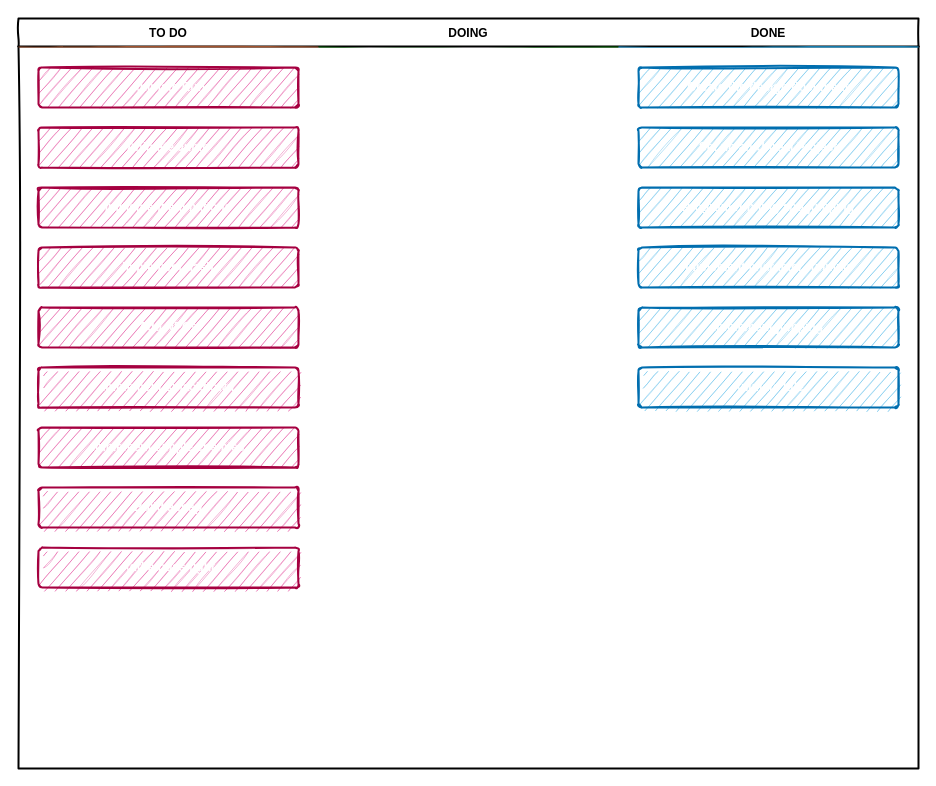
The draw.io diagram Documentation/Kanban Table.drawio in SpatiumOwl/DesAdventure, before the edit. Source tidied: cells renumbered, new cells numbered last; positions are measured from the earlier drawing's top-left corner, leaving out a move shared by most shapes. Both pictures are drawn from the tidied source at 100%, with x=0, y=0 at pixel (18, 18).
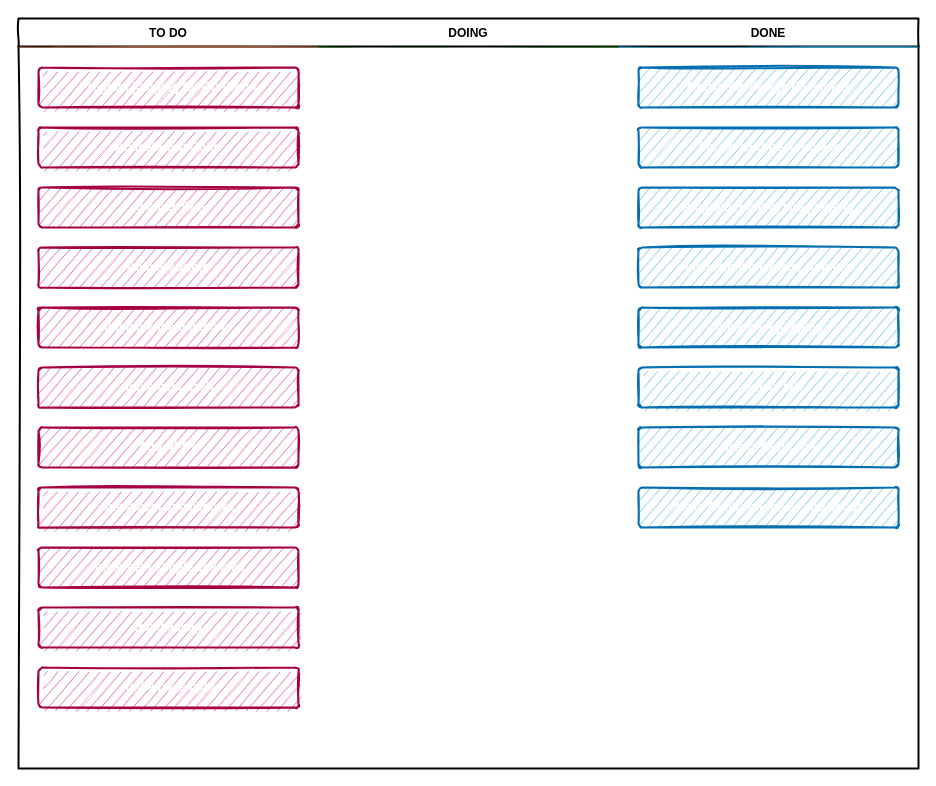
After the change.

The change refers to these unchanged cells:
```xml
<mxCell id="3" value="TO DO" style="swimlane;strokeWidth=2;fontFamily=Permanent Marker;html=0;startSize=1;verticalAlign=bottom;spacingBottom=5;stackBorder=20;sketch=1;strokeColor=none;fillStyle=solid;fillColor=#A0522D;" parent="2" vertex="1">
  <mxGeometry y="28" width="300" height="722" as="geometry" />
</mxCell>
<mxCell id="14" value="DONE" style="swimlane;strokeWidth=2;fontFamily=Permanent Marker;html=0;startSize=1;verticalAlign=bottom;spacingBottom=5;stackBorder=20;sketch=1;strokeColor=none;fillStyle=solid;fillColor=#1BA1E2;" parent="2" vertex="1">
  <mxGeometry x="600" y="28" width="300" height="722" as="geometry" />
</mxCell>
```

Change to the diagram source:
```diff
@@
+    <mxCell id="21" value="Program jumping for GunCoon" style="whiteSpace=wrap;html=1;strokeWidth=2;fillColor=#d80073;fontStyle=1;spacingTop=0;rounded=1;arcSize=9;sketch=1;fontFamily=Permanent Marker;hachureGap=8;fillWeight=1;strokeColor=#A50040;fillOpacity=30;fontColor=#ffffff;" parent="3" vertex="1">
+      <mxGeometry x="20" y="21" width="260" height="40" as="geometry" />
+    </mxCell>
+    <mxCell id="22" value="Animate GunCoon" style="whiteSpace=wrap;html=1;strokeWidth=2;fillColor=#d80073;fontStyle=1;spacingTop=0;rounded=1;arcSize=9;sketch=1;fontFamily=Permanent Marker;hachureGap=8;fillWeight=1;strokeColor=#A50040;shadow=0;fillOpacity=30;strokeOpacity=100;fontColor=#ffffff;" parent="3" vertex="1">
+      <mxGeometry x="20" y="81" width="260" height="40" as="geometry" />
+    </mxCell>
     <mxCell id="4" value="Animate Run" style="whiteSpace=wrap;html=1;strokeWidth=2;fillColor=#d80073;fontStyle=1;spacingTop=0;rounded=1;arcSize=9;sketch=1;fontFamily=Permanent Marker;hachureGap=8;fillWeight=1;strokeColor=#A50040;fillOpacity=30;fontColor=#ffffff;" parent="3" vertex="1">
-      <mxGeometry x="20" y="21" width="260" height="40" as="geometry" />
+      <mxGeometry x="20" y="141" width="260" height="40" as="geometry" />
     </mxCell>
     <mxCell id="5" value="Animate Jump" style="whiteSpace=wrap;html=1;strokeWidth=2;fillColor=#d80073;fontStyle=1;spacingTop=0;rounded=1;arcSize=9;sketch=1;fontFamily=Permanent Marker;hachureGap=8;fillWeight=1;strokeColor=#A50040;fillOpacity=30;fontColor=#ffffff;" parent="3" vertex="1">
-      <mxGeometry x="20" y="81" width="260" height="40" as="geometry" />
+      <mxGeometry x="20" y="201" width="260" height="40" as="geometry" />
     </mxCell>
     <mxCell id="6" value="Implement animations" style="whiteSpace=wrap;html=1;strokeWidth=2;fillColor=#d80073;fontStyle=1;spacingTop=0;rounded=1;arcSize=9;sketch=1;fontFamily=Permanent Marker;hachureGap=8;fillWeight=1;strokeColor=#A50040;shadow=0;fillOpacity=30;strokeOpacity=100;fontColor=#ffffff;" parent="3" vertex="1">
-      <mxGeometry x="20" y="141" width="260" height="40" as="geometry" />
+      <mxGeometry x="20" y="261" width="260" height="40" as="geometry" />
     </mxCell>
     <mxCell id="7" value="Implement dash" style="whiteSpace=wrap;html=1;strokeWidth=2;fillColor=#d80073;fontStyle=1;spacingTop=0;rounded=1;arcSize=9;sketch=1;fontFamily=Permanent Marker;hachureGap=8;fillWeight=1;strokeColor=#A50040;shadow=0;fillOpacity=30;strokeOpacity=100;fontColor=#ffffff;" parent="3" vertex="1">
-      <mxGeometry x="20" y="201" width="260" height="40" as="geometry" />
+      <mxGeometry x="20" y="321" width="260" height="40" as="geometry" />
     </mxCell>
     <mxCell id="8" value="Add NPCs" style="whiteSpace=wrap;html=1;strokeWidth=2;fillColor=#d80073;fontStyle=1;spacingTop=0;rounded=1;arcSize=9;sketch=1;fontFamily=Permanent Marker;hachureGap=8;fillWeight=1;strokeColor=#A50040;shadow=0;fillOpacity=30;strokeOpacity=100;fontColor=#ffffff;" parent="3" vertex="1">
-      <mxGeometry x="20" y="261" width="260" height="40" as="geometry" />
+      <mxGeometry x="20" y="381" width="260" height="40" as="geometry" />
     </mxCell>
     <mxCell id="9" value="Implement smackdown" style="whiteSpace=wrap;html=1;strokeWidth=2;fillColor=#d80073;fontStyle=1;spacingTop=0;rounded=1;arcSize=9;sketch=1;fontFamily=Permanent Marker;hachureGap=8;fillWeight=1;strokeColor=#A50040;shadow=0;fillOpacity=30;strokeOpacity=100;fontColor=#ffffff;" parent="3" vertex="1">
-      <mxGeometry x="20" y="321" width="260" height="40" as="geometry" />
+      <mxGeometry x="20" y="441" width="260" height="40" as="geometry" />
     </mxCell>
     <mxCell id="10" value="Implement simple enemies" style="whiteSpace=wrap;html=1;strokeWidth=2;fillColor=#d80073;fontStyle=1;spacingTop=0;rounded=1;arcSize=9;sketch=1;fontFamily=Permanent Marker;hachureGap=8;fillWeight=1;strokeColor=#A50040;shadow=0;fillOpacity=30;strokeOpacity=100;fontColor=#ffffff;" parent="3" vertex="1">
-      <mxGeometry x="20" y="381" width="260" height="40" as="geometry" />
+      <mxGeometry x="20" y="501" width="260" height="40" as="geometry" />
     </mxCell>
     <mxCell id="11" value="Build a map" style="whiteSpace=wrap;html=1;strokeWidth=2;fillColor=#d80073;fontStyle=1;spacingTop=0;rounded=1;arcSize=9;sketch=1;fontFamily=Permanent Marker;hachureGap=8;fillWeight=1;strokeColor=#A50040;shadow=0;fillOpacity=30;strokeOpacity=100;fontColor=#ffffff;" parent="3" vertex="1">
-      <mxGeometry x="20" y="441" width="260" height="40" as="geometry" />
+      <mxGeometry x="20" y="561" width="260" height="40" as="geometry" />
     </mxCell>
     <mxCell id="12" value="Add a boss fight" style="whiteSpace=wrap;html=1;strokeWidth=2;fillColor=#d80073;fontStyle=1;spacingTop=0;rounded=1;arcSize=9;sketch=1;fontFamily=Permanent Marker;hachureGap=8;fillWeight=1;strokeColor=#A50040;shadow=0;fillOpacity=30;strokeOpacity=100;fontColor=#ffffff;" parent="3" vertex="1">
-      <mxGeometry x="20" y="501" width="260" height="40" as="geometry" />
+      <mxGeometry x="20" y="621" width="260" height="40" as="geometry" />
     </mxCell>
@@
+    <mxCell id="23" value="Create GunCoon" style="whiteSpace=wrap;html=1;strokeWidth=2;fillColor=#1ba1e2;fontStyle=1;spacingTop=0;rounded=1;arcSize=9;sketch=1;fontFamily=Permanent Marker;hachureGap=8;fillWeight=1;strokeColor=#006EAF;fillOpacity=30;fontColor=#ffffff;" parent="14" vertex="1">
+      <mxGeometry x="20" y="381" width="260" height="40" as="geometry" />
+    </mxCell>
+    <mxCell id="24" value="Make GunCoon follow and shoot" style="whiteSpace=wrap;html=1;strokeWidth=2;fillColor=#1ba1e2;fontStyle=1;spacingTop=0;rounded=1;arcSize=9;sketch=1;fontFamily=Permanent Marker;hachureGap=8;fillWeight=1;strokeColor=#006EAF;fillOpacity=30;fontColor=#ffffff;" parent="14" vertex="1">
+      <mxGeometry x="20" y="441" width="260" height="40" as="geometry" />
+    </mxCell>
```
